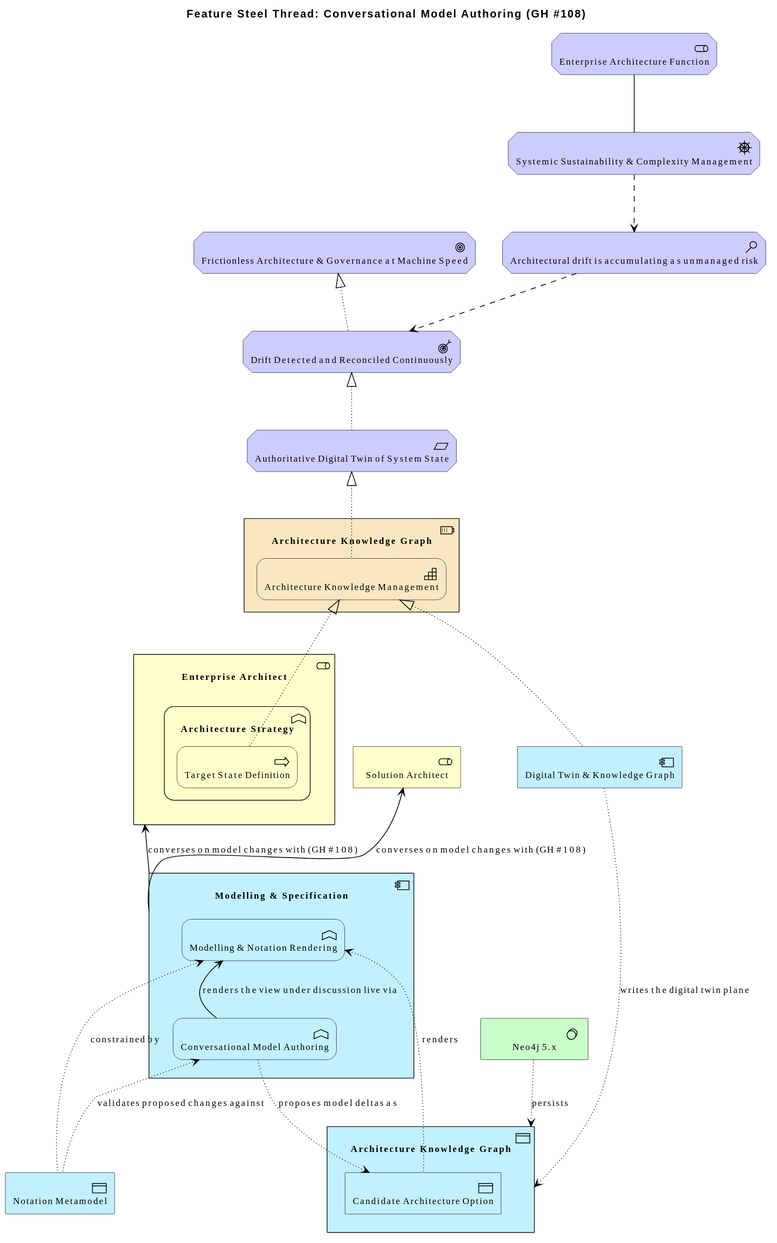
This is architecture/model/diagrams/layered/fn-conversational-authoring.svg from wolffy-au/frictionless-architect, a PlantUML export, as it was before one commit.
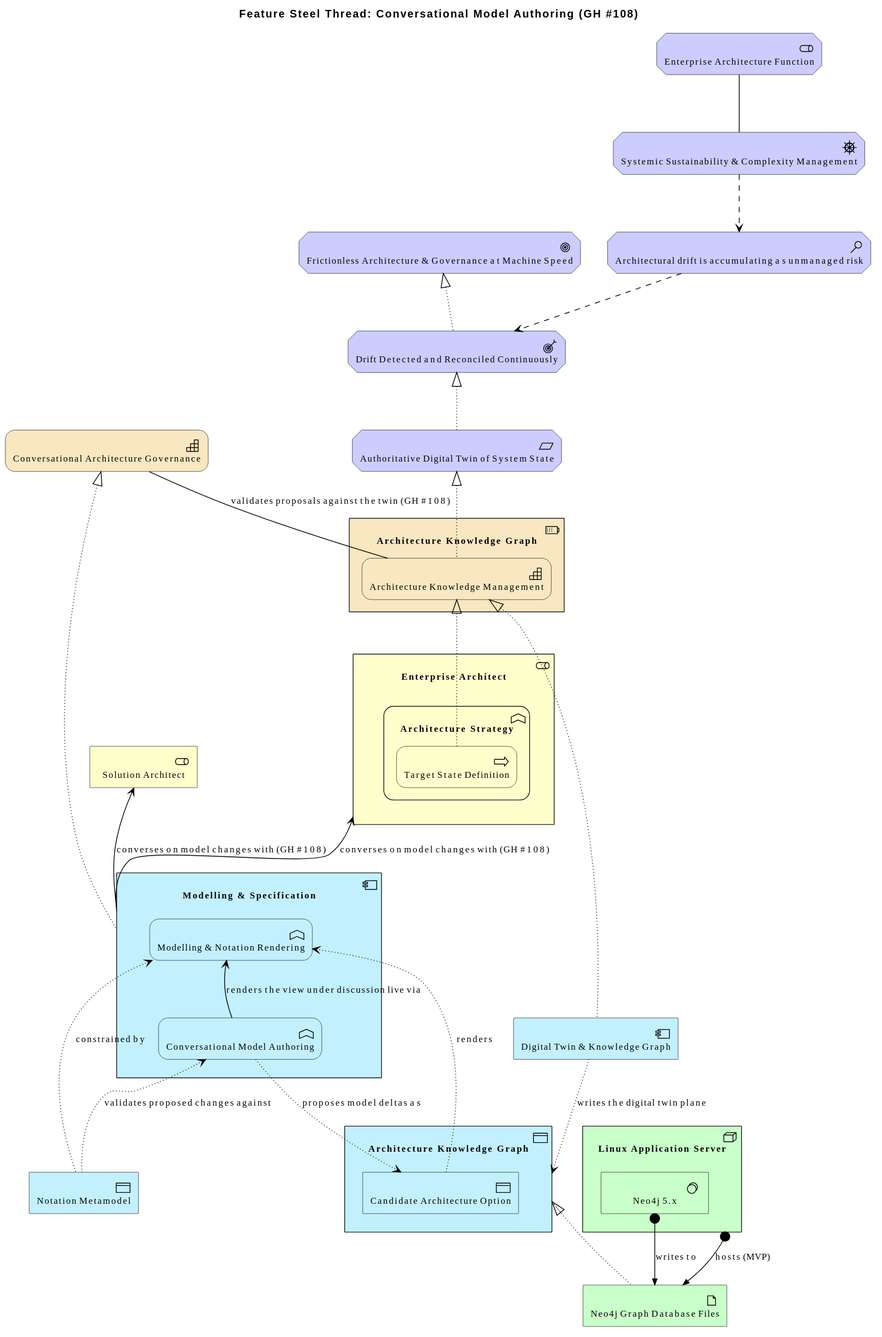
Above is the later version.

What changed in the source:
```diff
@@ -9,6 +9,7 @@
 Motivation_Goal(e_id76f6d8b4d70151, "Frictionless Architecture & Governance at Machine Speed")
 Motivation_Outcome(e_id79b6a1e545325d, "Drift Detected and Reconciled Continuously")
 Motivation_Requirement(e_id945f98ac87fe5d, "Authoritative Digital Twin of System State")
+Strategy_Capability(e_id6c60f4feb89058, "Conversational Architecture Governance")
 Strategy_Resource(e_id079f659ad9ac5c, "Architecture Knowledge Graph") {
   Strategy_Capability(e_id18ec07397a9d5f, "Architecture Knowledge Management")
 }
@@ -27,7 +28,10 @@
 }
 Business_Role(e_ide2cb7f3efa6256, "Solution Architect")
 Application_DataObject(e_idd52b11acc8ff53, "Notation Metamodel")
-Technology_SystemSoftware(e_id625e631f1f715e, "Neo4j 5.x")
+Technology_Artifact(e_id420f57c4d41e52, "Neo4j Graph Database Files")
+Technology_Node(e_id87c8b07cea4751, "Linux Application Server") {
+  Technology_SystemSoftware(e_id625e631f1f715e, "Neo4j 5.x")
+}
 
 Rel_Realization_Up(e_id18ec07397a9d5f, e_id945f98ac87fe5d, "")
 Rel_Association(e_id3bf463ccf22a53, e_idb3458ded88aa5a, "")
@@ -35,8 +39,10 @@
 Rel_Influence(e_id62397473120e57, e_id79b6a1e545325d, "")
 Rel_Realization_Up(e_id79b6a1e545325d, e_id76f6d8b4d70151, "")
 Rel_Realization_Up(e_id945f98ac87fe5d, e_id79b6a1e545325d, "")
+Rel_Association(e_id6c60f4feb89058, e_id18ec07397a9d5f, "validates proposals against the twin (GH #108)")
 Rel_Realization_Up(e_id395c9c2923aa56, e_id18ec07397a9d5f, "")
 Rel_Realization_Up(e_id3da203d482f955, e_id18ec07397a9d5f, "")
+Rel_Realization_Up(e_id82f04fecbdd85e, e_id6c60f4feb89058, "")
 Rel_Serving_Up(e_id82f04fecbdd85e, e_id2b5394f913985a, "converses on model changes with (GH #108)")
 Rel_Serving_Up(e_id82f04fecbdd85e, e_ide2cb7f3efa6256, "converses on model changes with (GH #108)")
 Rel_Access_w(e_id3da203d482f955, e_id989d401ffdae55, "writes the digital twin plane")
@@ -45,5 +51,7 @@
 Rel_Access_r(e_id7cc5a30769435c, e_idd52b11acc8ff53, "validates proposed changes against")
 Rel_Access_w(e_id7cc5a30769435c, e_ide500d303f47455, "proposes model deltas as")
 Rel_Serving_Up(e_id7cc5a30769435c, e_id3a42c87ebb235a, "renders the view under discussion live via")
-Rel_Access_w(e_id625e631f1f715e, e_id989d401ffdae55, "persists")
+Rel_Assignment(e_id87c8b07cea4751, e_id420f57c4d41e52, "hosts (MVP)")
+Rel_Assignment(e_id625e631f1f715e, e_id420f57c4d41e52, "writes to")
+Rel_Realization_Up(e_id420f57c4d41e52, e_id989d401ffdae55, "")
 @enduml
```
